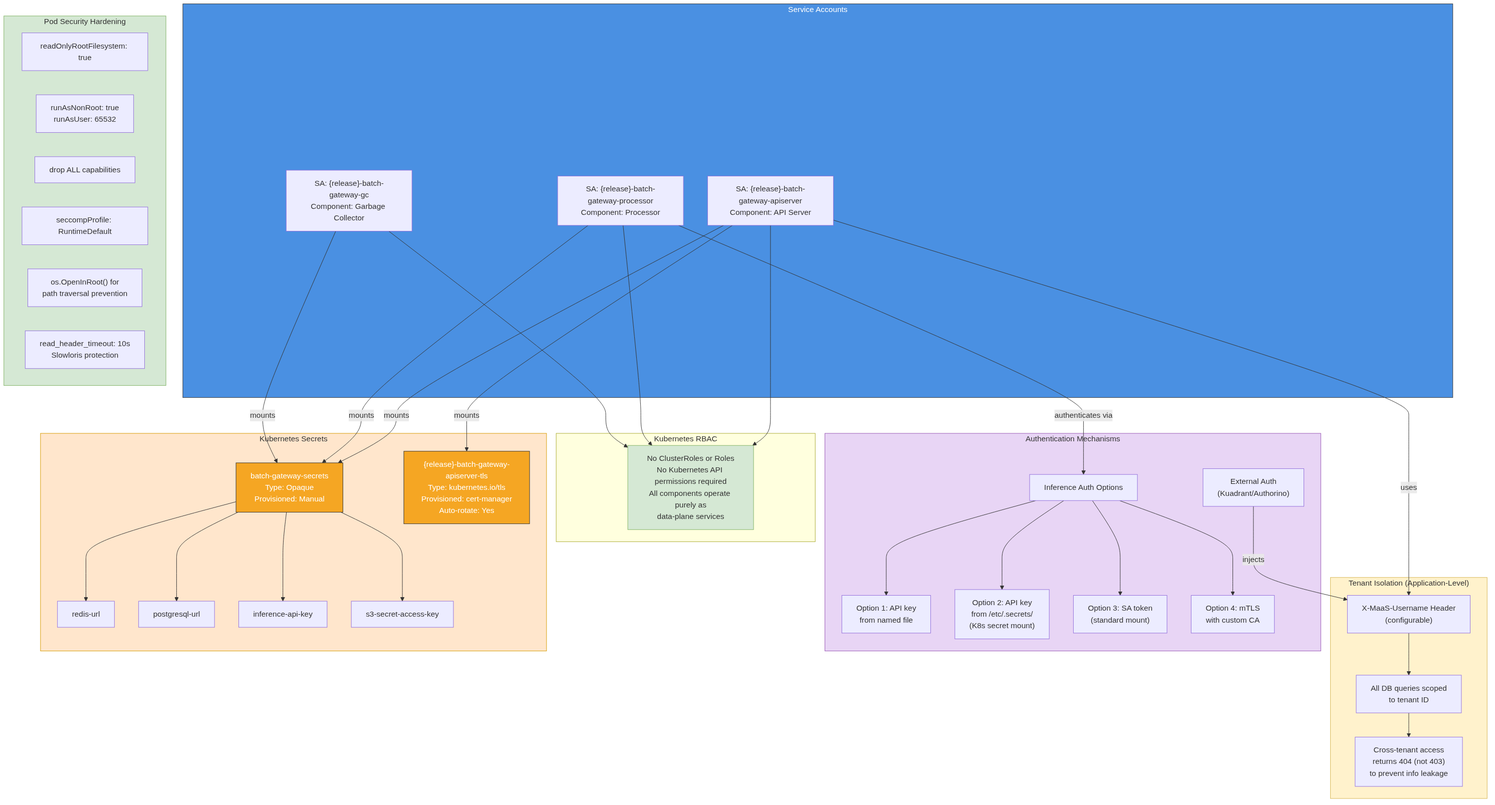
This is architecture/rhoai.next/diagrams/batch-gateway-rbac.png from rhuss/architecture-context, a Mermaid export, as it was before one commit. Its source is kept beside it as architecture/rhoai.next/diagrams/batch-gateway-rbac.mmd. The source it was exported from:
```mermaid
graph TD
    subgraph ServiceAccounts["Service Accounts"]
        SA_API["SA: {release}-batch-gateway-apiserver<br/>Component: API Server"]
        SA_PROC["SA: {release}-batch-gateway-processor<br/>Component: Processor"]
        SA_GC["SA: {release}-batch-gateway-gc<br/>Component: Garbage Collector"]
    end

    subgraph RBAC["Kubernetes RBAC"]
        NoRBAC["No ClusterRoles or Roles<br/>No Kubernetes API permissions required<br/>All components operate purely as<br/>data-plane services"]
    end

    subgraph TenantIsolation["Tenant Isolation (Application-Level)"]
        TenantHeader["X-MaaS-Username Header<br/>(configurable)"]
        TenantScope["All DB queries scoped<br/>to tenant ID"]
        CrossTenant["Cross-tenant access<br/>returns 404 (not 403)<br/>to prevent info leakage"]
        TenantHeader --> TenantScope
        TenantScope --> CrossTenant
    end

    subgraph AuthMechanisms["Authentication Mechanisms"]
        direction TB
        ExternalAuth["External Auth<br/>(Kuadrant/Authorino)"]
        InferenceAuth["Inference Auth Options"]
        APIKey["Option 1: API key<br/>from named file"]
        SecretMount["Option 2: API key<br/>from /etc/.secrets/<br/>(K8s secret mount)"]
        SAToken["Option 3: SA token<br/>(standard mount)"]
        mTLS["Option 4: mTLS<br/>with custom CA"]
        InferenceAuth --> APIKey
        InferenceAuth --> SecretMount
        InferenceAuth --> SAToken
        InferenceAuth --> mTLS
    end

    subgraph Secrets["Kubernetes Secrets"]
        BGSecrets["batch-gateway-secrets<br/>Type: Opaque<br/>Provisioned: Manual"]
        TLSSecret["{release}-batch-gateway-apiserver-tls<br/>Type: kubernetes.io/tls<br/>Provisioned: cert-manager<br/>Auto-rotate: Yes"]

        RedisURL["redis-url"]
        PGURL["postgresql-url"]
        InfKey["inference-api-key"]
        S3Key["s3-secret-access-key"]

        BGSecrets --> RedisURL
        BGSecrets --> PGURL
        BGSecrets --> InfKey
        BGSecrets --> S3Key
    end

    subgraph SecurityHardening["Pod Security Hardening"]
        ReadOnly["readOnlyRootFilesystem: true"]
        NonRoot["runAsNonRoot: true<br/>runAsUser: 65532"]
        DropCaps["drop ALL capabilities"]
        Seccomp["seccompProfile: RuntimeDefault"]
        PathSafe["os.OpenInRoot() for<br/>path traversal prevention"]
        Slowloris["read_header_timeout: 10s<br/>Slowloris protection"]
    end

    SA_API --> NoRBAC
    SA_PROC --> NoRBAC
    SA_GC --> NoRBAC

    SA_API -->|"uses"| TenantHeader
    SA_API -->|"mounts"| BGSecrets
    SA_API -->|"mounts"| TLSSecret
    SA_PROC -->|"mounts"| BGSecrets
    SA_PROC -->|"authenticates via"| InferenceAuth
    SA_GC -->|"mounts"| BGSecrets

    ExternalAuth -->|"injects"| TenantHeader

    style ServiceAccounts fill:#4a90e2,stroke:#333,color:#fff
    style NoRBAC fill:#d5e8d4,stroke:#82b366
    style TenantIsolation fill:#fff2cc,stroke:#d6b656
    style AuthMechanisms fill:#e8d5f5,stroke:#9b59b6
    style Secrets fill:#ffe6cc,stroke:#d79b00
    style SecurityHardening fill:#d5e8d4,stroke:#82b366
    style BGSecrets fill:#f5a623,stroke:#333,color:#fff
    style TLSSecret fill:#f5a623,stroke:#333,color:#fff
```
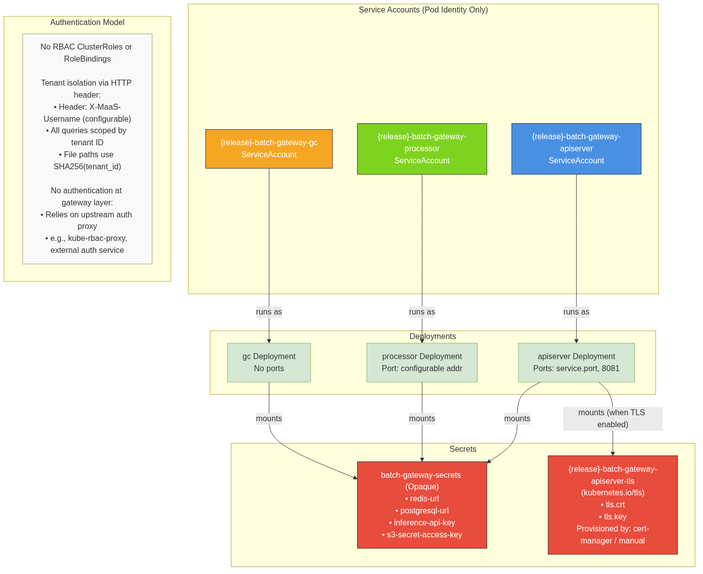
Later version of the same file.

Change to the diagram source:
```diff
@@ -1,78 +1,40 @@
 graph TD
-    subgraph ServiceAccounts["Service Accounts"]
-        SA_API["SA: {release}-batch-gateway-apiserver<br/>Component: API Server"]
-        SA_PROC["SA: {release}-batch-gateway-processor<br/>Component: Processor"]
-        SA_GC["SA: {release}-batch-gateway-gc<br/>Component: Garbage Collector"]
+    subgraph "Service Accounts (Pod Identity Only)"
+        SA_API["{release}-batch-gateway-apiserver<br/>ServiceAccount"]
+        SA_PROC["{release}-batch-gateway-processor<br/>ServiceAccount"]
+        SA_GC["{release}-batch-gateway-gc<br/>ServiceAccount"]
     end
 
-    subgraph RBAC["Kubernetes RBAC"]
-        NoRBAC["No ClusterRoles or Roles<br/>No Kubernetes API permissions required<br/>All components operate purely as<br/>data-plane services"]
+    subgraph "Deployments"
+        Deploy_API["apiserver Deployment<br/>Ports: service.port, 8081"]
+        Deploy_PROC["processor Deployment<br/>Port: configurable addr"]
+        Deploy_GC["gc Deployment<br/>No ports"]
     end
 
-    subgraph TenantIsolation["Tenant Isolation (Application-Level)"]
-        TenantHeader["X-MaaS-Username Header<br/>(configurable)"]
-        TenantScope["All DB queries scoped<br/>to tenant ID"]
-        CrossTenant["Cross-tenant access<br/>returns 404 (not 403)<br/>to prevent info leakage"]
-        TenantHeader --> TenantScope
-        TenantScope --> CrossTenant
+    subgraph "Secrets"
+        Secret_Main["batch-gateway-secrets (Opaque)<br/>• redis-url<br/>• postgresql-url<br/>• inference-api-key<br/>• s3-secret-access-key"]
+        Secret_TLS["{release}-batch-gateway-apiserver-tls<br/>(kubernetes.io/tls)<br/>• tls.crt<br/>• tls.key<br/>Provisioned by: cert-manager / manual"]
     end
 
-    subgraph AuthMechanisms["Authentication Mechanisms"]
-        direction TB
-        ExternalAuth["External Auth<br/>(Kuadrant/Authorino)"]
-        InferenceAuth["Inference Auth Options"]
-        APIKey["Option 1: API key<br/>from named file"]
-        SecretMount["Option 2: API key<br/>from /etc/.secrets/<br/>(K8s secret mount)"]
-        SAToken["Option 3: SA token<br/>(standard mount)"]
-        mTLS["Option 4: mTLS<br/>with custom CA"]
-        InferenceAuth --> APIKey
-        InferenceAuth --> SecretMount
-        InferenceAuth --> SAToken
-        InferenceAuth --> mTLS
+    subgraph "Authentication Model"
+        AuthNote["No RBAC ClusterRoles or RoleBindings<br/><br/>Tenant isolation via HTTP header:<br/>• Header: X-MaaS-Username (configurable)<br/>• All queries scoped by tenant ID<br/>• File paths use SHA256(tenant_id)<br/><br/>No authentication at gateway layer:<br/>• Relies on upstream auth proxy<br/>• e.g., kube-rbac-proxy, external auth service"]
     end
 
-    subgraph Secrets["Kubernetes Secrets"]
-        BGSecrets["batch-gateway-secrets<br/>Type: Opaque<br/>Provisioned: Manual"]
-        TLSSecret["{release}-batch-gateway-apiserver-tls<br/>Type: kubernetes.io/tls<br/>Provisioned: cert-manager<br/>Auto-rotate: Yes"]
+    SA_API -->|"runs as"| Deploy_API
+    SA_PROC -->|"runs as"| Deploy_PROC
+    SA_GC -->|"runs as"| Deploy_GC
 
-        RedisURL["redis-url"]
-        PGURL["postgresql-url"]
-        InfKey["inference-api-key"]
-        S3Key["s3-secret-access-key"]
+    Deploy_API -->|"mounts"| Secret_Main
+    Deploy_API -->|"mounts (when TLS enabled)"| Secret_TLS
+    Deploy_PROC -->|"mounts"| Secret_Main
+    Deploy_GC -->|"mounts"| Secret_Main
 
-        BGSecrets --> RedisURL
-        BGSecrets --> PGURL
-        BGSecrets --> InfKey
-        BGSecrets --> S3Key
-    end
-
-    subgraph SecurityHardening["Pod Security Hardening"]
-        ReadOnly["readOnlyRootFilesystem: true"]
-        NonRoot["runAsNonRoot: true<br/>runAsUser: 65532"]
-        DropCaps["drop ALL capabilities"]
-        Seccomp["seccompProfile: RuntimeDefault"]
-        PathSafe["os.OpenInRoot() for<br/>path traversal prevention"]
-        Slowloris["read_header_timeout: 10s<br/>Slowloris protection"]
-    end
-
-    SA_API --> NoRBAC
-    SA_PROC --> NoRBAC
-    SA_GC --> NoRBAC
-
-    SA_API -->|"uses"| TenantHeader
-    SA_API -->|"mounts"| BGSecrets
-    SA_API -->|"mounts"| TLSSecret
-    SA_PROC -->|"mounts"| BGSecrets
-    SA_PROC -->|"authenticates via"| InferenceAuth
-    SA_GC -->|"mounts"| BGSecrets
-
-    ExternalAuth -->|"injects"| TenantHeader
-
-    style ServiceAccounts fill:#4a90e2,stroke:#333,color:#fff
-    style NoRBAC fill:#d5e8d4,stroke:#82b366
-    style TenantIsolation fill:#fff2cc,stroke:#d6b656
-    style AuthMechanisms fill:#e8d5f5,stroke:#9b59b6
-    style Secrets fill:#ffe6cc,stroke:#d79b00
-    style SecurityHardening fill:#d5e8d4,stroke:#82b366
-    style BGSecrets fill:#f5a623,stroke:#333,color:#fff
-    style TLSSecret fill:#f5a623,stroke:#333,color:#fff
+    style SA_API fill:#4a90e2,stroke:#333,color:#fff
+    style SA_PROC fill:#7ed321,stroke:#333,color:#fff
+    style SA_GC fill:#f5a623,stroke:#333,color:#fff
+    style Secret_Main fill:#e74c3c,stroke:#333,color:#fff
+    style Secret_TLS fill:#e74c3c,stroke:#333,color:#fff
+    style AuthNote fill:#f9f9f9,stroke:#999
+    style Deploy_API fill:#d5e8d4,stroke:#82b366
+    style Deploy_PROC fill:#d5e8d4,stroke:#82b366
+    style Deploy_GC fill:#d5e8d4,stroke:#82b366
```
